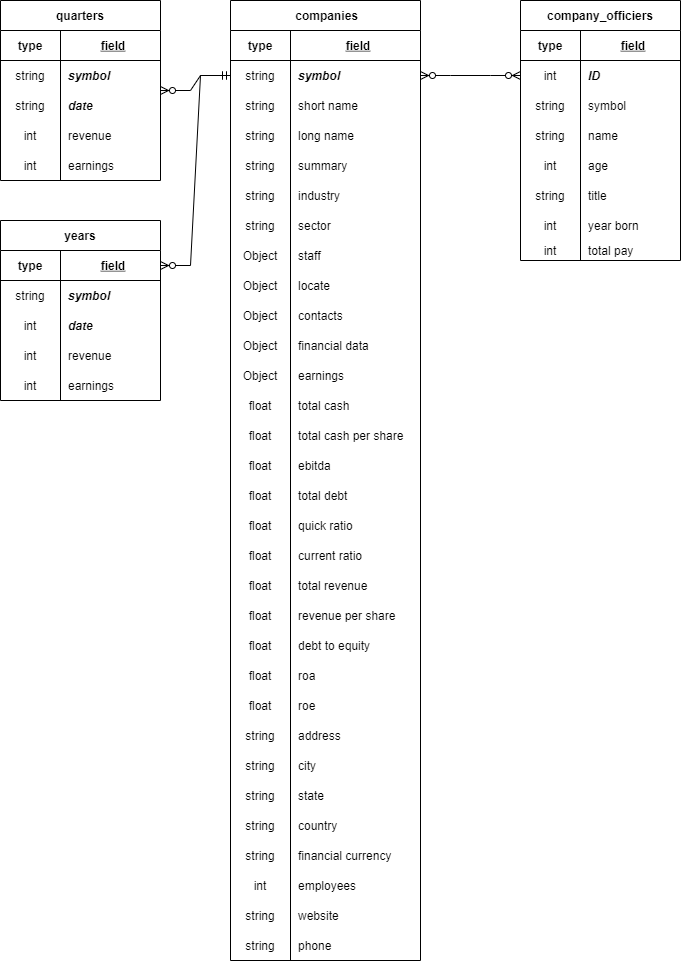
The draw.io diagram diagrams/er diagram/sql-er-diargramm.png in moevm/nosql1h21-stock, before a commit. Source tidied: cells renumbered, new cells last; positions are measured from the earlier drawing's top-left corner, leaving out a move shared by most shapes.
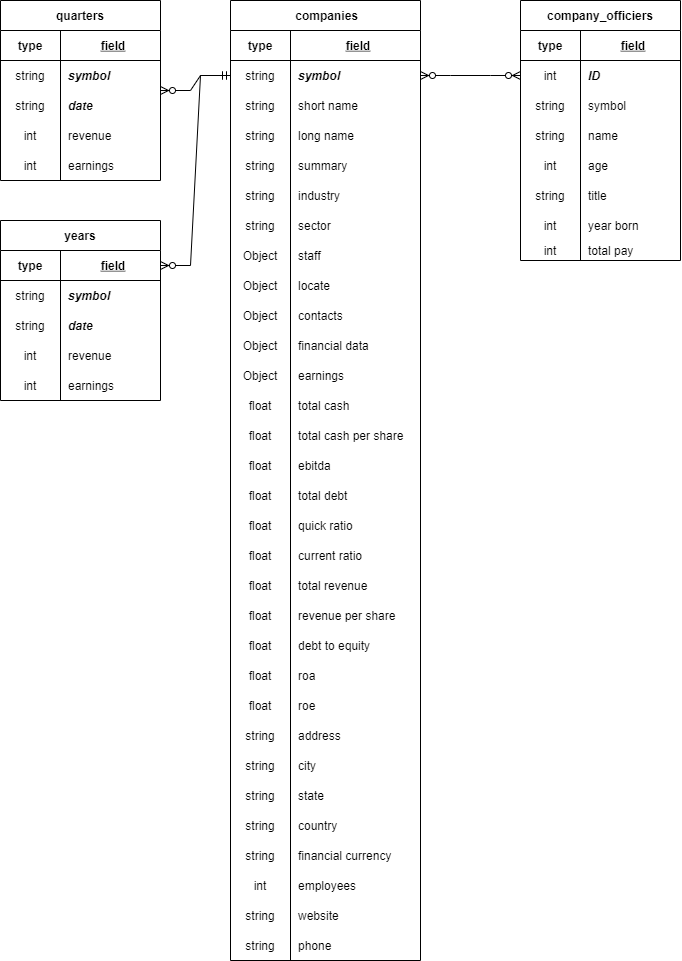
The same file after the commit.

The edit, as a diff of the source:
```diff
@@ -383,7 +383,7 @@
     <mxCell id="128" style="shape=partialRectangle;fillColor=none;top=0;left=0;bottom=0;right=0;fontColor=#000000;align=center;" parent="121" vertex="1">
       <mxGeometry y="90" width="160" height="30" as="geometry" />
     </mxCell>
-    <mxCell id="129" value="int" style="shape=partialRectangle;fillColor=none;top=0;left=0;bottom=0;right=0;fontStyle=0;overflow=hidden;" parent="128" vertex="1">
+    <mxCell id="129" value="string" style="shape=partialRectangle;fillColor=none;top=0;left=0;bottom=0;right=0;fontStyle=0;overflow=hidden;" parent="128" vertex="1">
       <mxGeometry width="60" height="30" as="geometry" />
     </mxCell>
     <mxCell id="130" value="date" style="shape=partialRectangle;fillColor=none;top=0;left=0;bottom=0;right=0;align=left;spacingLeft=6;fontStyle=3;overflow=hidden;" parent="128" vertex="1">
```
